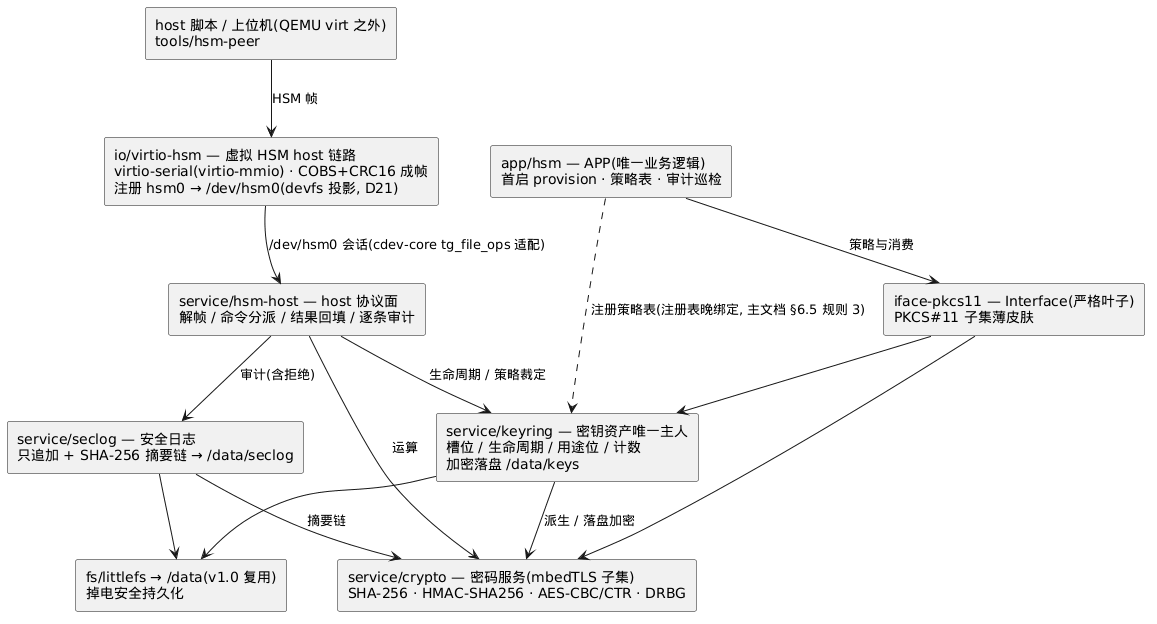
Earlier version of the PlantUML export docs/9-app/pics/9-02-hsm-sample-01.png (zhuyh4n9/brickOS).
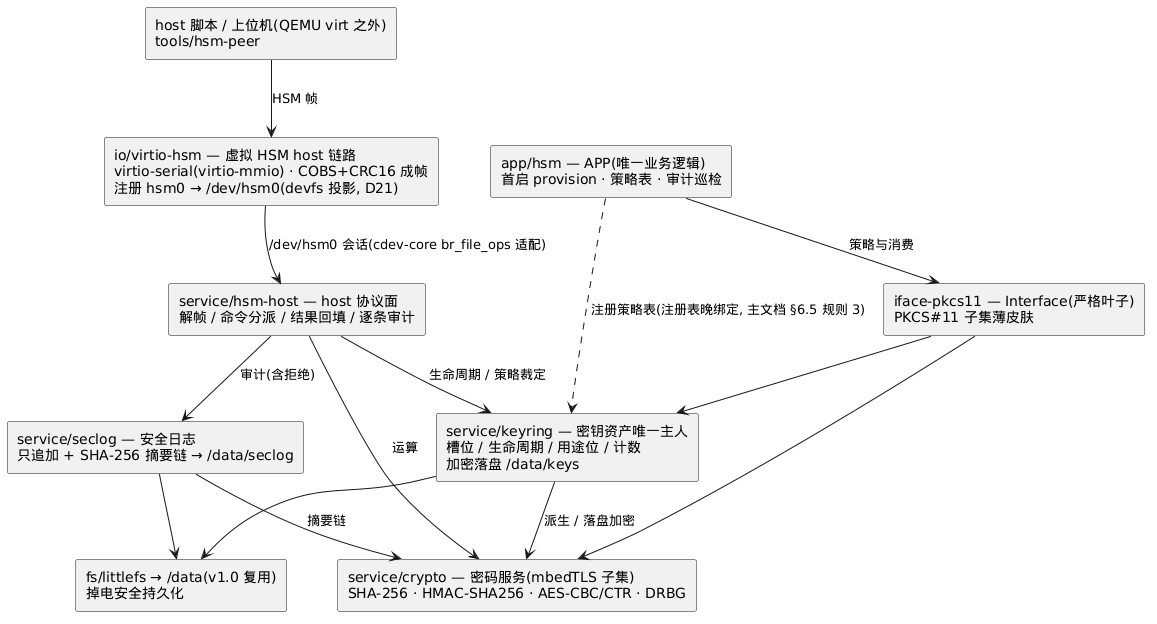
The same file after the commit.

Diff of the diagram source:
```diff
@@ -13,7 +13,7 @@
 [fs/littlefs → /data(v1.0 复用)\n掉电安全持久化] as LFS
 
 HOST --> DEV : HSM 帧
-DEV --> HS : /dev/hsm0 会话(cdev-core tg_file_ops 适配)
+DEV --> HS : /dev/hsm0 会话(cdev-core br_file_ops 适配)
 APP --> IF : 策略与消费
 IF --> KEY
 IF --> CR
```
